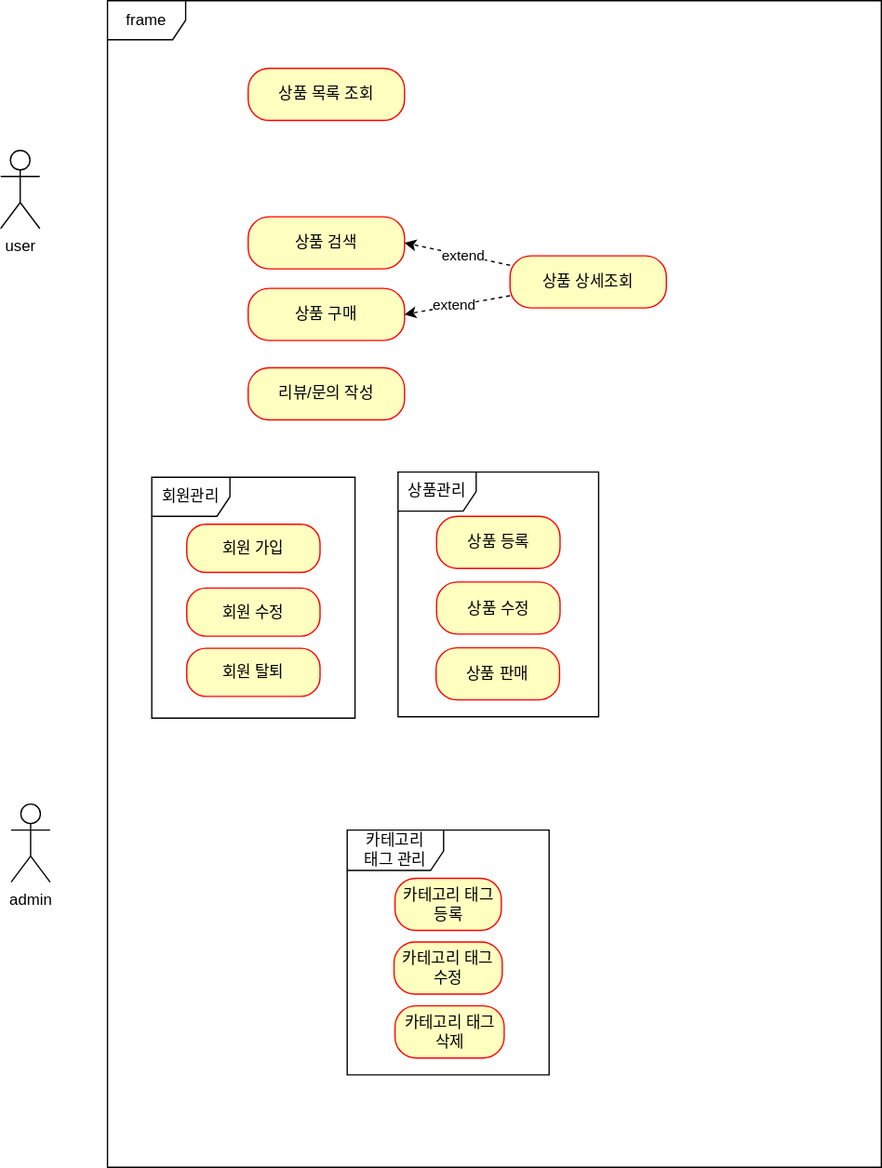
Above: usecase.drawio.svg in RECHEV12/persnal_project (draw.io), before the change. Source tidied: cells renumbered, new cells last; positions are measured from the earlier drawing's top-left corner, leaving out a move shared by most shapes.
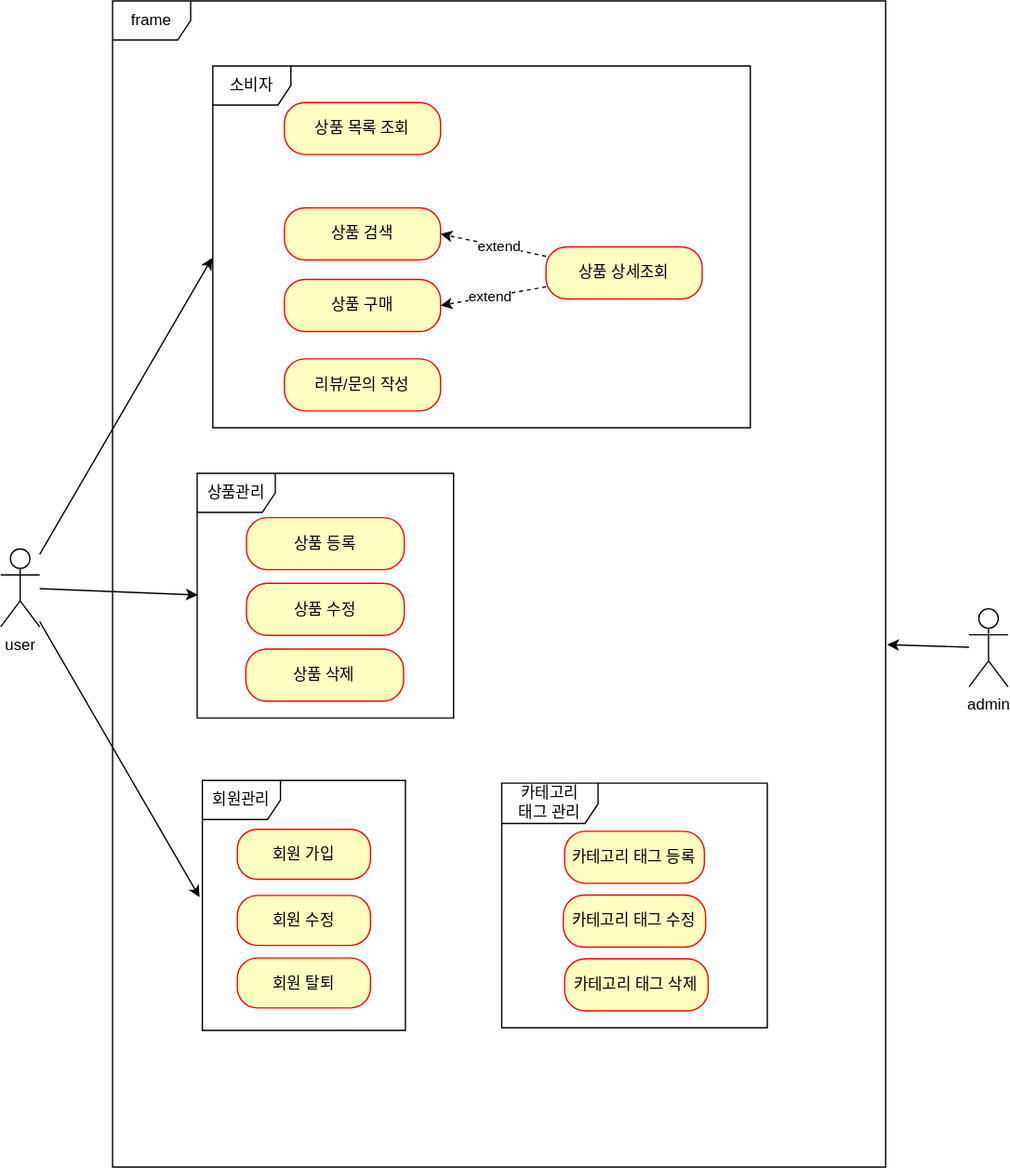
The same file after the commit.

What changed in the source:
```diff
@@ -3,67 +3,73 @@
     <mxCell id="0" />
     <mxCell id="1" parent="0" />
     <mxCell id="2" value="frame" style="shape=umlFrame;whiteSpace=wrap;html=1;" parent="1" vertex="1">
-      <mxGeometry x="82" width="594" height="896" as="geometry" />
+      <mxGeometry x="51" y="3" width="594" height="896" as="geometry" />
     </mxCell>
+    <mxCell id="30" style="rounded=0;jettySize=auto;html=1;entryX=-0.014;entryY=0.467;entryDx=0;entryDy=0;entryPerimeter=0;" parent="1" edge="1" source="3" target="14">
+      <mxGeometry relative="1" as="geometry" />
+    </mxCell>
     <mxCell id="3" value="user&lt;br&gt;" style="shape=umlActor;verticalLabelPosition=bottom;verticalAlign=top;html=1;" parent="1" vertex="1">
-      <mxGeometry y="115" width="30" height="60" as="geometry" />
+      <mxGeometry x="-35" y="424" width="30" height="60" as="geometry" />
     </mxCell>
-    <mxCell id="4" value="상품 목록 조회" style="rounded=1;whiteSpace=wrap;html=1;arcSize=40;fontColor=#000000;fillColor=#ffffc0;strokeColor=#ff0000;" parent="1" vertex="1">
-      <mxGeometry x="190" y="52" width="120" height="40" as="geometry" />
-    </mxCell>
-    <mxCell id="5" value="리뷰/문의 작성" style="rounded=1;whiteSpace=wrap;html=1;arcSize=40;fontColor=#000000;fillColor=#ffffc0;strokeColor=#ff0000;" parent="1" vertex="1">
-      <mxGeometry x="190" y="282" width="120" height="40" as="geometry" />
-    </mxCell>
     <mxCell id="6" value="admin&lt;br&gt;" style="shape=umlActor;verticalLabelPosition=bottom;verticalAlign=top;html=1;" parent="1" vertex="1">
-      <mxGeometry x="8" y="617" width="30" height="60" as="geometry" />
+      <mxGeometry x="709" y="470" width="30" height="60" as="geometry" />
     </mxCell>
     <mxCell id="7" style="group;" parent="1" vertex="1">
-      <mxGeometry x="305" y="362" width="154" height="188" as="geometry" />
+      <mxGeometry x="116" y="366" width="197" height="188" as="geometry" />
     </mxCell>
     <mxCell id="8" value="상품 등록" style="rounded=1;whiteSpace=wrap;html=1;arcSize=40;fontColor=#000000;fillColor=#ffffc0;strokeColor=#ff0000;" parent="7" vertex="1">
-      <mxGeometry x="29.6" y="34" width="94.8" height="40" as="geometry" />
+      <mxGeometry x="37.9" y="34" width="121.2" height="40" as="geometry" />
     </mxCell>
     <mxCell id="9" value="상품관리" style="shape=umlFrame;whiteSpace=wrap;html=1;" parent="7" vertex="1">
-      <mxGeometry width="154" height="188" as="geometry" />
+      <mxGeometry width="197" height="188" as="geometry" />
     </mxCell>
     <mxCell id="10" value="상품 수정" style="rounded=1;whiteSpace=wrap;html=1;arcSize=40;fontColor=#000000;fillColor=#ffffc0;strokeColor=#ff0000;" parent="7" vertex="1">
-      <mxGeometry x="29.6" y="84.5" width="94.8" height="40" as="geometry" />
+      <mxGeometry x="37.9" y="84.5" width="121.2" height="40" as="geometry" />
     </mxCell>
-    <mxCell id="11" value="상품 판매" style="rounded=1;whiteSpace=wrap;html=1;arcSize=40;fontColor=#000000;fillColor=#ffffc0;strokeColor=#ff0000;" parent="7" vertex="1">
-      <mxGeometry x="29.2" y="135" width="94.8" height="40" as="geometry" />
+    <mxCell id="11" value="상품 삭제" style="rounded=1;whiteSpace=wrap;html=1;arcSize=40;fontColor=#000000;fillColor=#ffffc0;strokeColor=#ff0000;" parent="7" vertex="1">
+      <mxGeometry x="37.4" y="135" width="121.2" height="40" as="geometry" />
     </mxCell>
     <mxCell id="12" style="group;" parent="1" vertex="1">
-      <mxGeometry x="116" y="366" width="156" height="185" as="geometry" />
+      <mxGeometry x="120" y="602" width="156" height="192" as="geometry" />
     </mxCell>
     <mxCell id="13" value="회원 가입" style="rounded=1;whiteSpace=wrap;html=1;arcSize=40;fontColor=#000000;fillColor=#ffffc0;strokeColor=#ff0000;" parent="12" vertex="1">
-      <mxGeometry x="26.9" y="36.1" width="102.3" height="37" as="geometry" />
+      <mxGeometry x="26.9" y="37.4" width="102.3" height="38.4" as="geometry" />
     </mxCell>
     <mxCell id="14" value="회원관리" style="shape=umlFrame;whiteSpace=wrap;html=1;" parent="12" vertex="1">
-      <mxGeometry width="156" height="185" as="geometry" />
+      <mxGeometry width="156" height="192" as="geometry" />
     </mxCell>
     <mxCell id="15" value="회원 수정" style="rounded=1;whiteSpace=wrap;html=1;arcSize=40;fontColor=#000000;fillColor=#ffffc0;strokeColor=#ff0000;" parent="12" vertex="1">
-      <mxGeometry x="26.9" y="85.1" width="102.3" height="37" as="geometry" />
+      <mxGeometry x="26.9" y="88.3" width="102.3" height="38.4" as="geometry" />
     </mxCell>
     <mxCell id="16" value="회원 탈퇴" style="rounded=1;whiteSpace=wrap;html=1;arcSize=40;fontColor=#000000;fillColor=#ffffc0;strokeColor=#ff0000;" parent="12" vertex="1">
-      <mxGeometry x="26.9" y="131.3" width="102.3" height="37" as="geometry" />
+      <mxGeometry x="26.9" y="136.3" width="102.3" height="38.4" as="geometry" />
     </mxCell>
     <mxCell id="17" style="group;" parent="1" vertex="1">
-      <mxGeometry x="266" y="637" width="155" height="188" as="geometry" />
+      <mxGeometry x="350" y="604" width="204" height="188" as="geometry" />
     </mxCell>
     <mxCell id="18" value="카테고리 태그 등록" style="rounded=1;whiteSpace=wrap;html=1;arcSize=40;fontColor=#000000;fillColor=#ffffc0;strokeColor=#ff0000;" parent="17" vertex="1">
-      <mxGeometry x="36.7" y="37" width="81.6" height="40" as="geometry" />
+      <mxGeometry x="48.3" y="37" width="107.4" height="40" as="geometry" />
     </mxCell>
     <mxCell id="19" value="카테고리&lt;br&gt;태그 관리" style="shape=umlFrame;whiteSpace=wrap;html=1;width=74;height=31;" parent="17" vertex="1">
-      <mxGeometry width="155" height="188" as="geometry" />
+      <mxGeometry width="204" height="188" as="geometry" />
     </mxCell>
     <mxCell id="20" value="카테고리 태그 수정" style="rounded=1;whiteSpace=wrap;html=1;arcSize=40;fontColor=#000000;fillColor=#ffffc0;strokeColor=#ff0000;" parent="17" vertex="1">
-      <mxGeometry x="36" y="86" width="83.1" height="40" as="geometry" />
+      <mxGeometry x="47.3" y="86" width="109.3" height="40" as="geometry" />
     </mxCell>
     <mxCell id="21" value="카테고리 태그 삭제" style="rounded=1;whiteSpace=wrap;html=1;arcSize=40;fontColor=#000000;fillColor=#ffffc0;strokeColor=#ff0000;" parent="17" vertex="1">
-      <mxGeometry x="36.7" y="135" width="83.8" height="40" as="geometry" />
+      <mxGeometry x="48.3" y="135" width="110.3" height="40" as="geometry" />
     </mxCell>
+    <mxCell id="31" style="group;" parent="1" vertex="1">
+      <mxGeometry x="128" y="53" width="413" height="278" as="geometry" />
+    </mxCell>
+    <mxCell id="4" value="상품 목록 조회" style="rounded=1;whiteSpace=wrap;html=1;arcSize=40;fontColor=#000000;fillColor=#ffffc0;strokeColor=#ff0000;" parent="31" vertex="1">
+      <mxGeometry x="55" y="28" width="120" height="40" as="geometry" />
+    </mxCell>
+    <mxCell id="5" value="리뷰/문의 작성" style="rounded=1;whiteSpace=wrap;html=1;arcSize=40;fontColor=#000000;fillColor=#ffffc0;strokeColor=#ff0000;" parent="31" vertex="1">
+      <mxGeometry x="55" y="225" width="120" height="40" as="geometry" />
+    </mxCell>
-    <mxCell id="22" style="group;" parent="1" vertex="1">
-      <mxGeometry x="190" y="166" width="321" height="95" as="geometry" />
+    <mxCell id="22" style="group;" parent="31" vertex="1">
+      <mxGeometry x="55" y="109" width="321" height="95" as="geometry" />
     </mxCell>
     <mxCell id="23" value="상품 구매" style="rounded=1;whiteSpace=wrap;html=1;arcSize=40;fontColor=#000000;fillColor=#ffffc0;strokeColor=#ff0000;" parent="22" vertex="1">
       <mxGeometry y="55" width="120" height="40" as="geometry" />
@@ -86,5 +92,17 @@
     <mxCell id="29" value="상품 상세조회" style="rounded=1;whiteSpace=wrap;html=1;arcSize=40;fontColor=#000000;fillColor=#ffffc0;strokeColor=#ff0000;" parent="22" vertex="1">
       <mxGeometry x="201" y="30" width="120" height="40" as="geometry" />
     </mxCell>
+    <mxCell id="32" value="소비자" style="shape=umlFrame;whiteSpace=wrap;html=1;" parent="31" vertex="1">
+      <mxGeometry width="413" height="278" as="geometry" />
+    </mxCell>
+    <mxCell id="33" style="rounded=0;jettySize=auto;html=1;entryX=-0.001;entryY=0.53;entryDx=0;entryDy=0;entryPerimeter=0;" parent="1" edge="1" source="3" target="32">
+      <mxGeometry relative="1" as="geometry" />
+    </mxCell>
+    <mxCell id="34" style="rounded=0;jettySize=auto;html=1;entryX=0.002;entryY=0.497;entryDx=0;entryDy=0;entryPerimeter=0;" parent="1" edge="1" source="3" target="9">
+      <mxGeometry relative="1" as="geometry" />
+    </mxCell>
+    <mxCell id="35" style="rounded=0;jettySize=auto;html=1;entryX=1.002;entryY=0.552;entryDx=0;entryDy=0;entryPerimeter=0;" parent="1" edge="1" source="6" target="2">
+      <mxGeometry relative="1" as="geometry" />
+    </mxCell>
   </root>
 </mxGraphModel>
```
